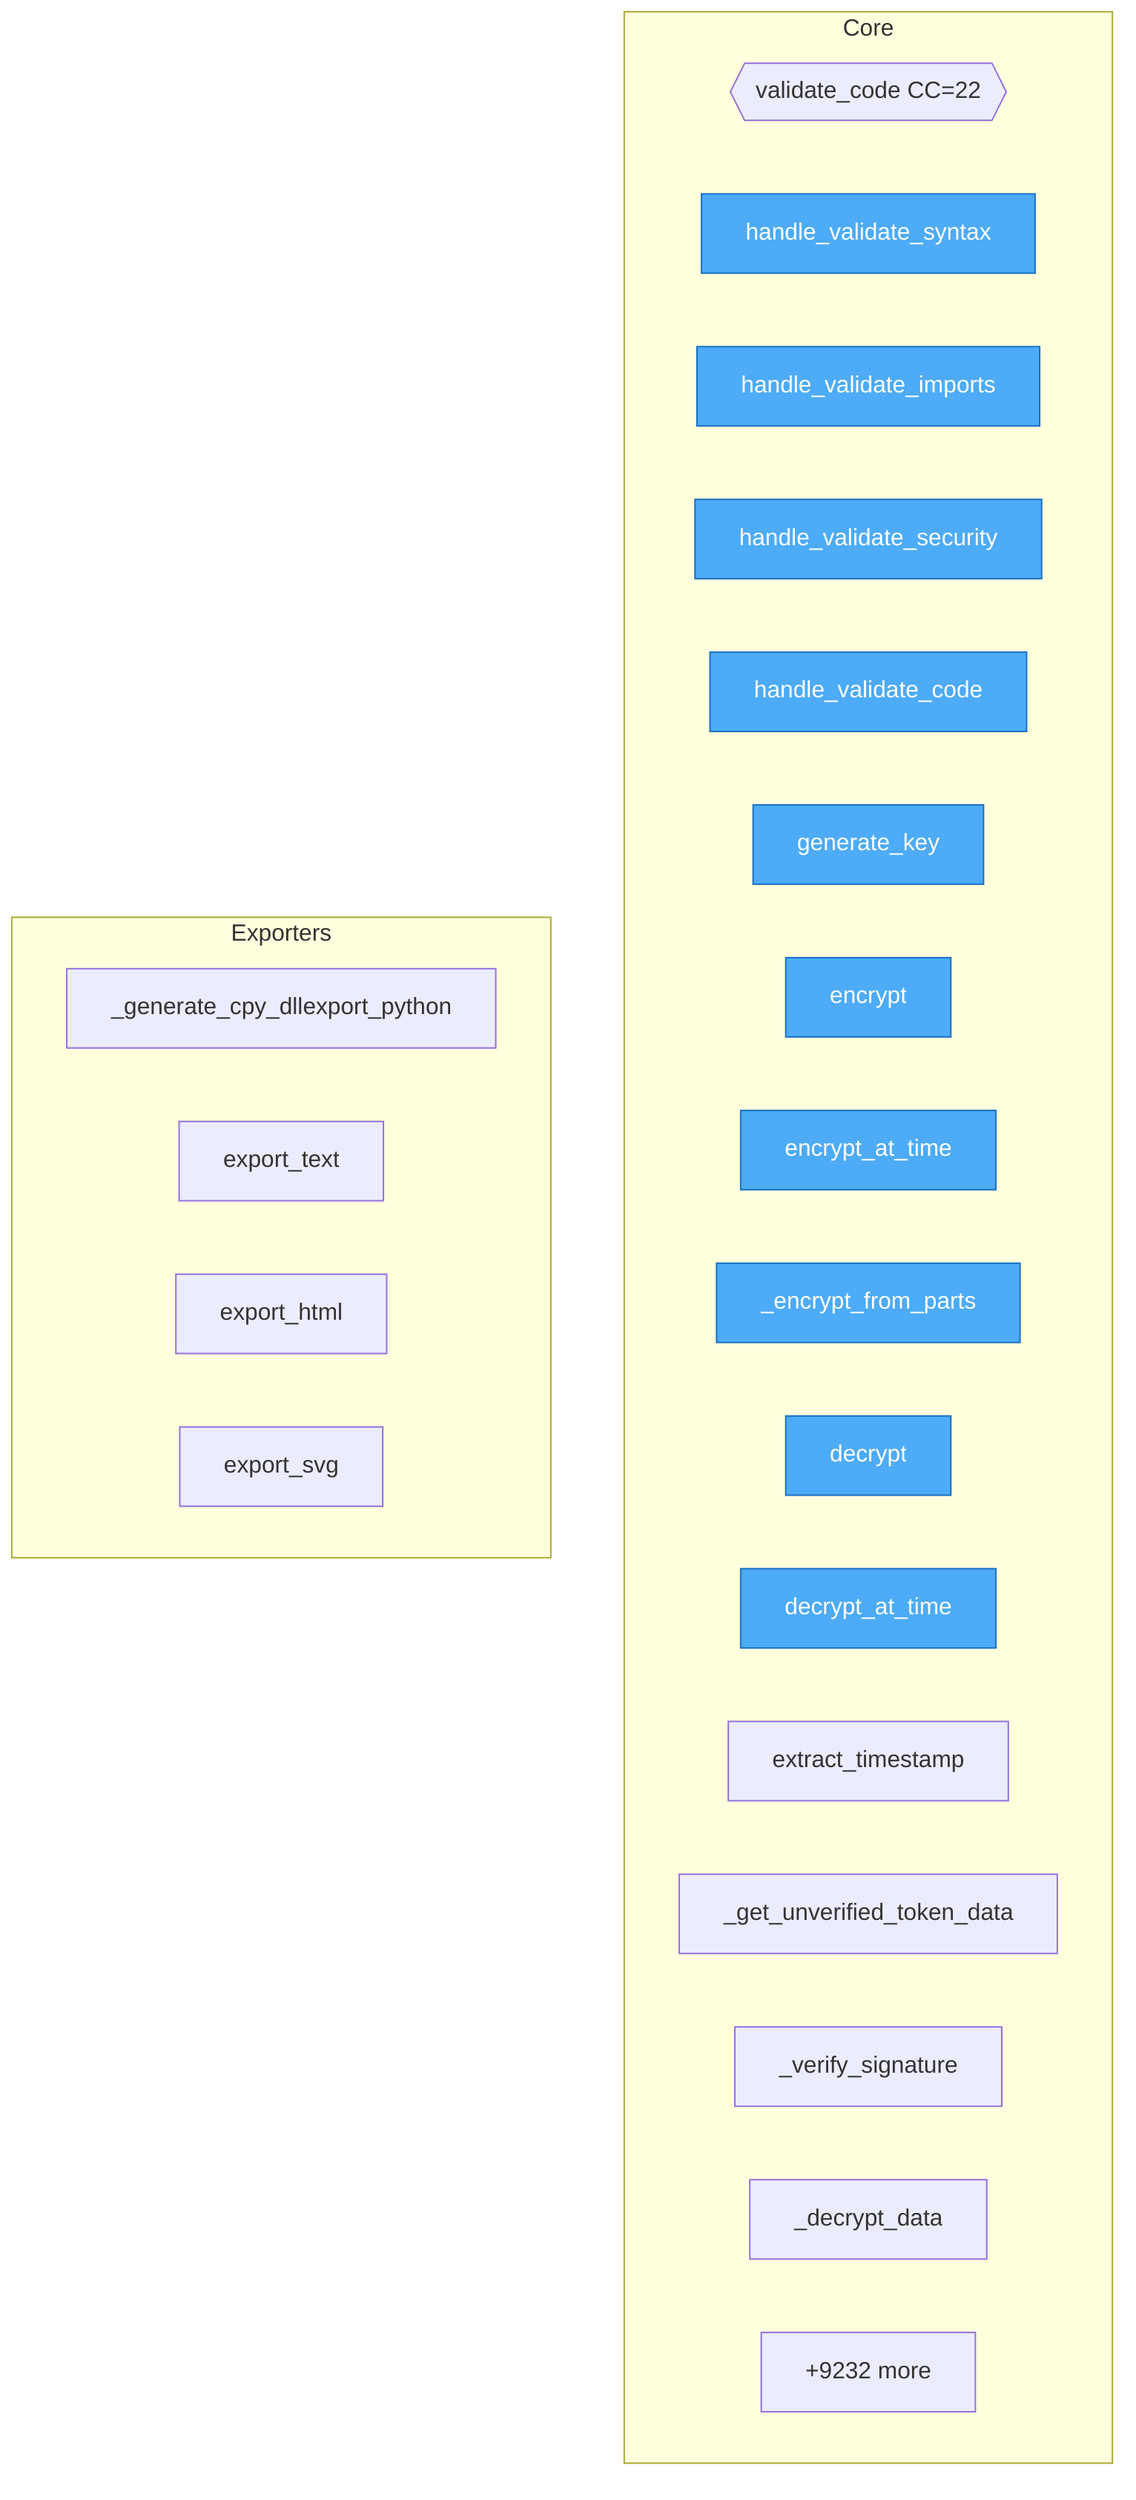
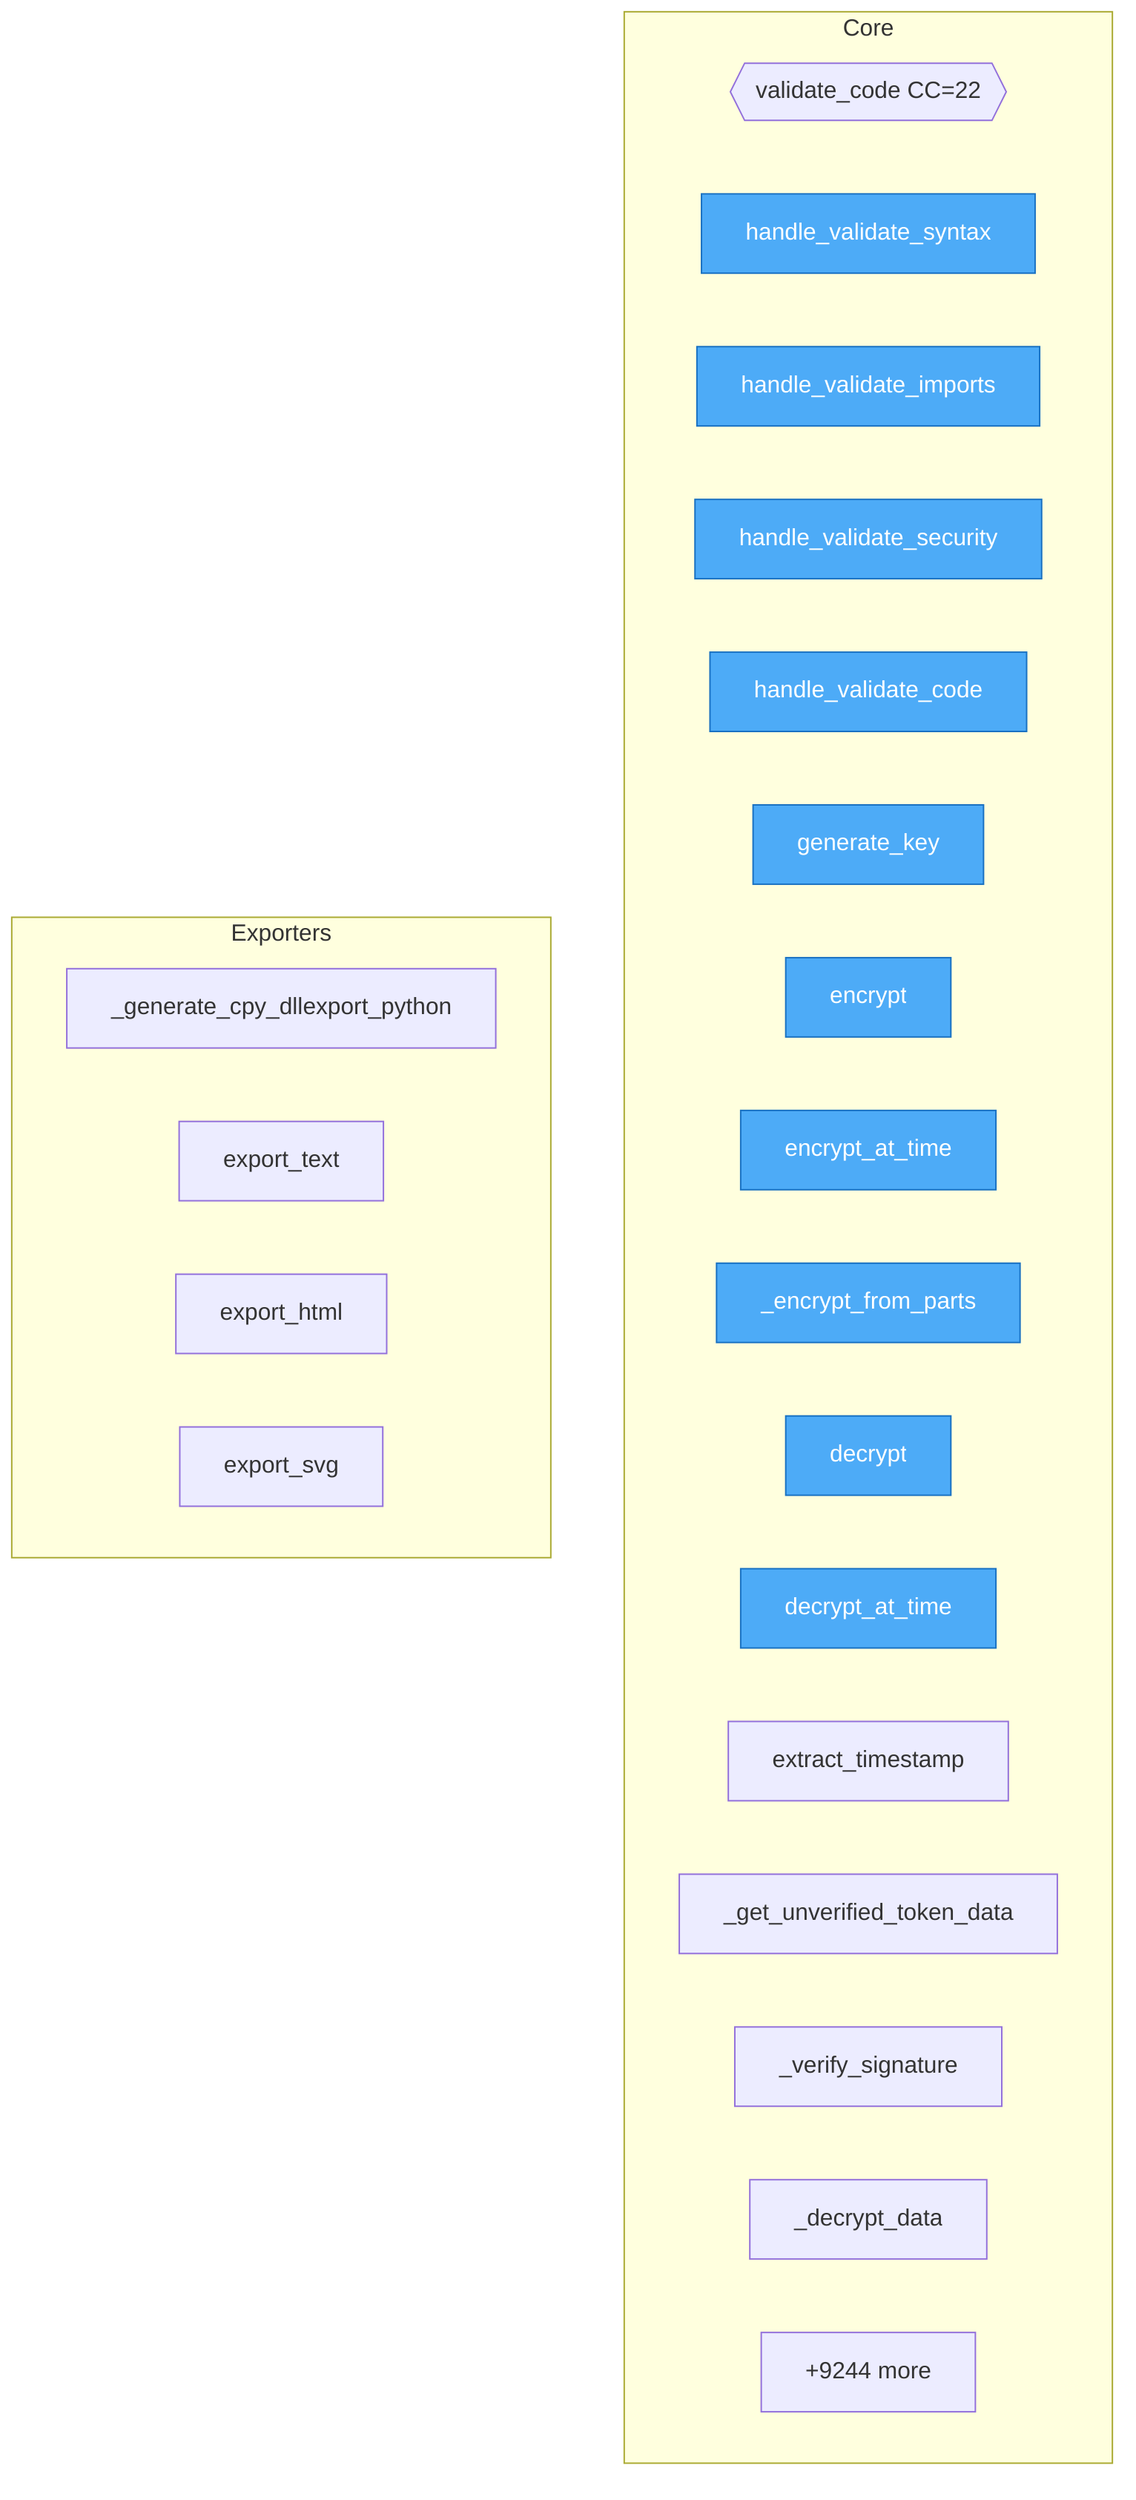
flowchart TD

    %% Entry points (blue)
    classDef entry fill:#4dabf7,stroke:#1971c2,color:#fff

    subgraph Core
        mcp__server___tools_vallm__validate_code{{validate_code CC=22}}
        mcp__server___tools_vallm__handle_validate_syntax["handle_validate_syntax"]
        mcp__server___tools_vallm__handle_validate_imports["handle_validate_imports"]
        mcp__server___tools_vallm__handle_validate_security["handle_validate_security"]
        mcp__server___tools_vallm__handle_validate_code["handle_validate_code"]
        publish-env__Fernet__generate_key["generate_key"]
        publish-env__Fernet__encrypt["encrypt"]
        publish-env__Fernet__encrypt_at_time["encrypt_at_time"]
        publish-env__Fernet___encrypt_from_parts["_encrypt_from_parts"]
        publish-env__Fernet__decrypt["decrypt"]
        publish-env__Fernet__decrypt_at_time["decrypt_at_time"]
        publish-env__Fernet__extract_timestamp["extract_timestamp"]
        publish-env__Fernet___get_unverified_token_data["_get_unverified_token_data"]
        publish-env__Fernet___verify_signature["_verify_signature"]
        publish-env__Fernet___decrypt_data["_decrypt_data"]
-         ...["+9232 more"]
+         ...["+9244 more"]
    end

    subgraph Exporters
        publish-env__Recompiler___generate_cpy_dllexport_python_decl["_generate_cpy_dllexport_python"]
        publish-env__Console__export_text["export_text"]
        publish-env__Console__export_html["export_html"]
        publish-env__Console__export_svg["export_svg"]
        publish-env__Console__export_text["export_text"]
        publish-env__Console__export_html["export_html"]
        publish-env__Console__export_svg["export_svg"]
    end

    class mcp__server___tools_vallm__handle_validate_syntax,mcp__server___tools_vallm__handle_validate_imports,mcp__server___tools_vallm__handle_validate_security,mcp__server___tools_vallm__handle_validate_code,publish-env__Fernet__generate_key,publish-env__Fernet__encrypt,publish-env__Fernet__encrypt_at_time,publish-env__Fernet___encrypt_from_parts,publish-env__Fernet__decrypt,publish-env__Fernet__decrypt_at_time entry
